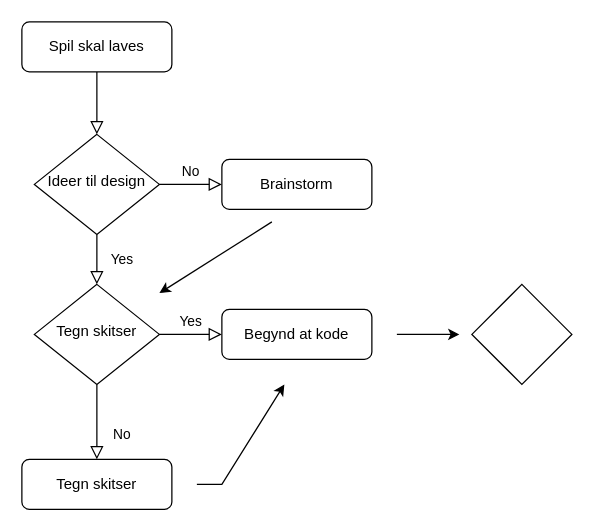
Before: Untitled Diagram.drawio in H24HX3-2d-Programmerings-spil/Flow, a draw.io diagram. Source tidied: cells renumbered, new cells numbered last; positions are measured from the earlier drawing's top-left corner, leaving out a move shared by most shapes. Both pictures are drawn from the tidied source at 125%, with x=0, y=0 at pixel (21, 21).
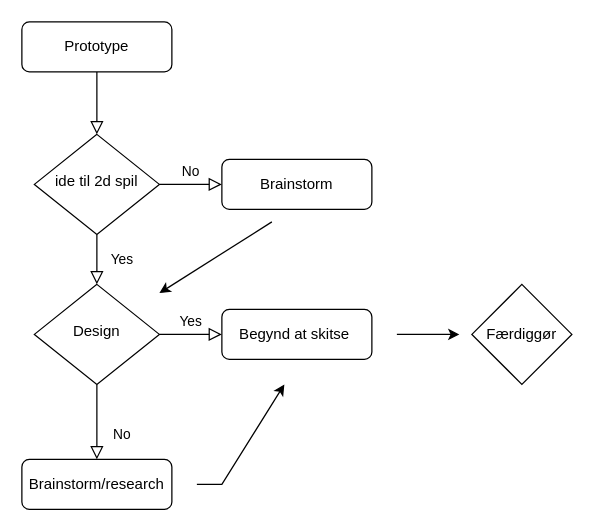
The same diagram, later.

The edit, as a diff of the source:
```diff
@@
-    <mxCell id="3" value="Spil skal laves" style="rounded=1;whiteSpace=wrap;html=1;fontSize=12;glass=0;strokeWidth=1;shadow=0;" parent="1" vertex="1">
+    <mxCell id="3" value="Prototype" style="rounded=1;whiteSpace=wrap;html=1;fontSize=12;glass=0;strokeWidth=1;shadow=0;" parent="1" vertex="1">
       <mxGeometry width="120" height="40" as="geometry" />
     </mxCell>
@@
-    <mxCell id="6" value="Ideer til design" style="rhombus;whiteSpace=wrap;html=1;shadow=0;fontFamily=Helvetica;fontSize=12;align=center;strokeWidth=1;spacing=6;spacingTop=-4;" parent="1" vertex="1">
+    <mxCell id="6" value="ide til 2d spil" style="rhombus;whiteSpace=wrap;html=1;shadow=0;fontFamily=Helvetica;fontSize=12;align=center;strokeWidth=1;spacing=6;spacingTop=-4;" parent="1" vertex="1">
       <mxGeometry x="10" y="90" width="100" height="80" as="geometry" />
     </mxCell>
@@
-    <mxCell id="10" value="Tegn skitser" style="rhombus;whiteSpace=wrap;html=1;shadow=0;fontFamily=Helvetica;fontSize=12;align=center;strokeWidth=1;spacing=6;spacingTop=-4;" parent="1" vertex="1">
+    <mxCell id="10" value="Design" style="rhombus;whiteSpace=wrap;html=1;shadow=0;fontFamily=Helvetica;fontSize=12;align=center;strokeWidth=1;spacing=6;spacingTop=-4;" parent="1" vertex="1">
       <mxGeometry x="10" y="210" width="100" height="80" as="geometry" />
     </mxCell>
-    <mxCell id="11" value="Tegn skitser" style="rounded=1;whiteSpace=wrap;html=1;fontSize=12;glass=0;strokeWidth=1;shadow=0;" parent="1" vertex="1">
+    <mxCell id="11" value="Brainstorm/research" style="rounded=1;whiteSpace=wrap;html=1;fontSize=12;glass=0;strokeWidth=1;shadow=0;" parent="1" vertex="1">
       <mxGeometry y="350" width="120" height="40" as="geometry" />
     </mxCell>
-    <mxCell id="12" value="Begynd at kode" style="rounded=1;whiteSpace=wrap;html=1;fontSize=12;glass=0;strokeWidth=1;shadow=0;" parent="1" vertex="1">
+    <mxCell id="12" value="Begynd at skitse&amp;nbsp;" style="rounded=1;whiteSpace=wrap;html=1;fontSize=12;glass=0;strokeWidth=1;shadow=0;" parent="1" vertex="1">
       <mxGeometry x="160" y="230" width="120" height="40" as="geometry" />
     </mxCell>
@@
-    <mxCell id="14" style="rhombus;whiteSpace=wrap;html=1;" parent="1" vertex="1">
+    <mxCell id="14" value="Færdiggør" style="rhombus;whiteSpace=wrap;html=1;" parent="1" vertex="1">
       <mxGeometry x="360" y="210" width="80" height="80" as="geometry" />
     </mxCell>
```
